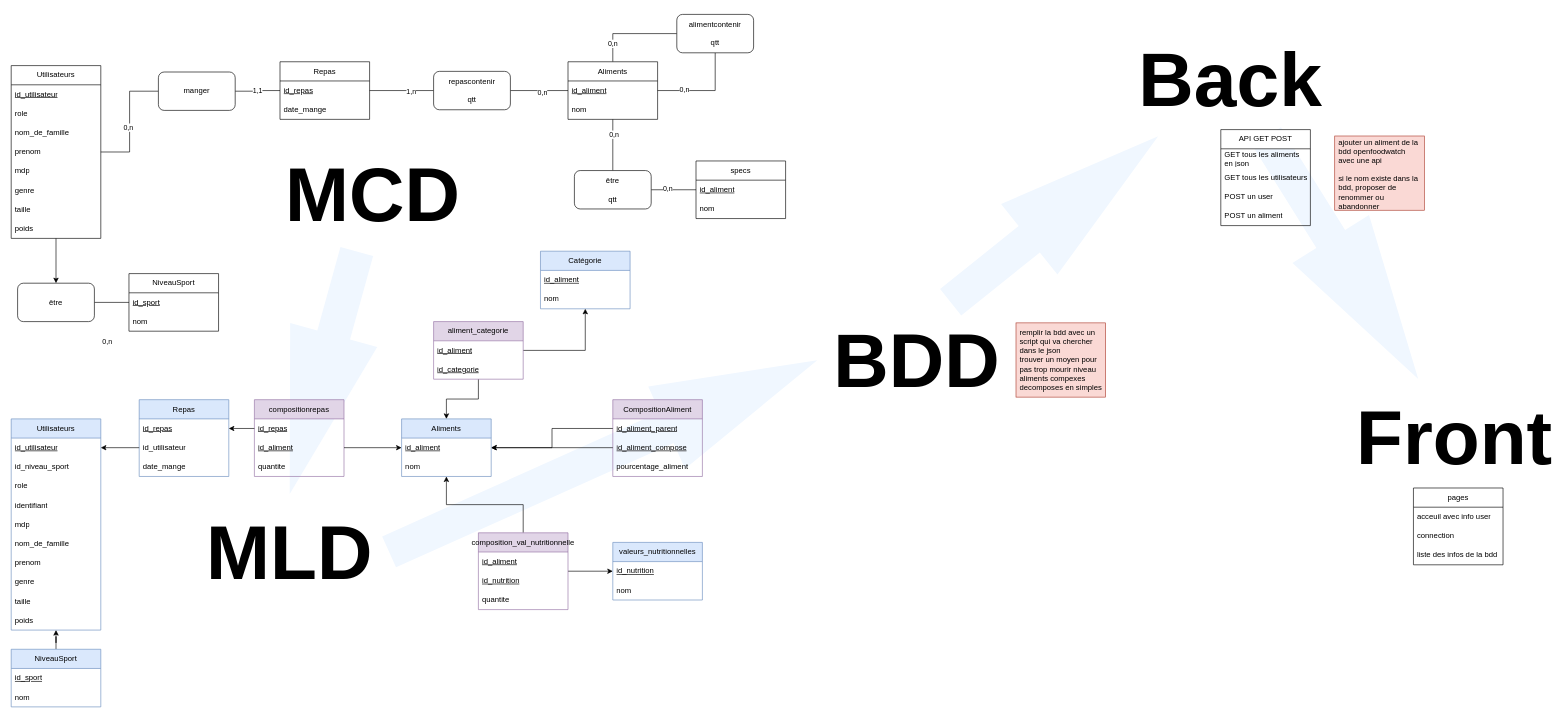
Eliot-Shaw/idaw keeps this draw.io diagram as Projet/IDAW_Projet-Food_Tracker.drawio. Above is the earlier version. Source tidied: cells renumbered, new cells numbered last; positions are measured from the earlier drawing's top-left corner, leaving out a move shared by most shapes. Both pictures are drawn from the tidied source at 64%, with x=0, y=0 at pixel (11, 14).
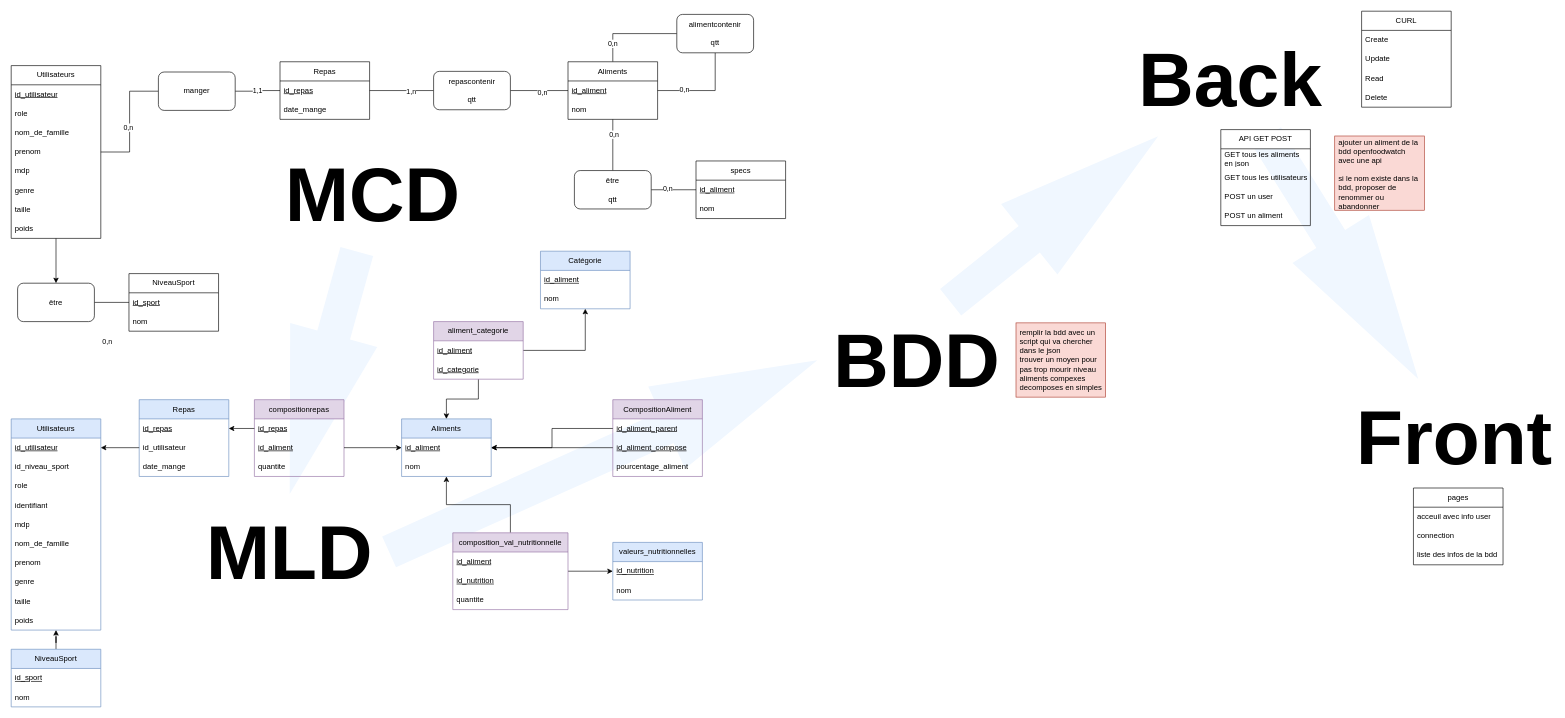
The same page after the edit.

The edit, as a diff of the source:
```diff
@@
     <mxCell id="92" value="composition_val_nutritionnelle" style="swimlane;fontStyle=0;horizontal=1;startSize=30;whiteSpace=wrap;html=1;fillColor=#e1d5e7;strokeColor=#9673a6;" parent="1" vertex="1">
-      <mxGeometry x="730" y="810" width="140" height="120" as="geometry" />
+      <mxGeometry x="690" y="810" width="180" height="120" as="geometry" />
     </mxCell>
     <mxCell id="93" value="id_aliment" style="text;strokeColor=none;fillColor=none;align=left;verticalAlign=middle;spacingLeft=4;spacingRight=4;overflow=hidden;whiteSpace=wrap;html=1;fontStyle=4;" parent="92" vertex="1">
-      <mxGeometry y="30" width="140" height="30" as="geometry" />
+      <mxGeometry y="30" width="180" height="30" as="geometry" />
     </mxCell>
     <mxCell id="94" value="id_nutrition" style="text;strokeColor=none;fillColor=none;align=left;verticalAlign=middle;spacingLeft=4;spacingRight=4;overflow=hidden;whiteSpace=wrap;html=1;fontStyle=4;" parent="92" vertex="1">
-      <mxGeometry y="60" width="140" height="30" as="geometry" />
+      <mxGeometry y="60" width="180" height="30" as="geometry" />
     </mxCell>
     <mxCell id="95" value="quantite" style="text;strokeColor=none;fillColor=none;align=left;verticalAlign=middle;spacingLeft=4;spacingRight=4;overflow=hidden;whiteSpace=wrap;html=1;fontStyle=0;" parent="92" vertex="1">
-      <mxGeometry y="90" width="140" height="30" as="geometry" />
+      <mxGeometry y="90" width="180" height="30" as="geometry" />
     </mxCell>
@@
+    <mxCell id="119" value="CURL" style="swimlane;fontStyle=0;horizontal=1;startSize=30;whiteSpace=wrap;html=1;" parent="1" vertex="1">
+      <mxGeometry x="2110" y="-5" width="140" height="150" as="geometry" />
+    </mxCell>
+    <mxCell id="120" value="Create" style="text;strokeColor=none;fillColor=none;align=left;verticalAlign=middle;spacingLeft=4;spacingRight=4;overflow=hidden;whiteSpace=wrap;html=1;" parent="119" vertex="1">
+      <mxGeometry y="30" width="140" height="30" as="geometry" />
+    </mxCell>
+    <mxCell id="121" value="Update" style="text;strokeColor=none;fillColor=none;align=left;verticalAlign=middle;spacingLeft=4;spacingRight=4;overflow=hidden;whiteSpace=wrap;html=1;" parent="119" vertex="1">
+      <mxGeometry y="60" width="140" height="30" as="geometry" />
+    </mxCell>
+    <mxCell id="122" value="Read" style="text;strokeColor=none;fillColor=none;align=left;verticalAlign=middle;spacingLeft=4;spacingRight=4;overflow=hidden;whiteSpace=wrap;html=1;" parent="119" vertex="1">
+      <mxGeometry y="90" width="140" height="30" as="geometry" />
+    </mxCell>
+    <mxCell id="123" value="Delete" style="text;strokeColor=none;fillColor=none;align=left;verticalAlign=middle;spacingLeft=4;spacingRight=4;overflow=hidden;whiteSpace=wrap;html=1;" parent="119" vertex="1">
+      <mxGeometry y="120" width="140" height="30" as="geometry" />
+    </mxCell>
```
